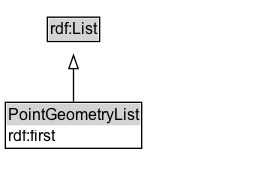
Before: docs/diagrams/PointGeometryList.dot.png, a diagram exported from Graphviz (ISO-TC204/ontology-its-location-v1). Its source is kept beside it as docs/diagrams/PointGeometryList.dot.
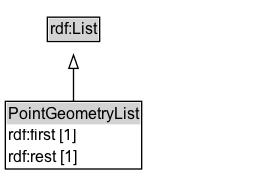
Later version of the same file.

The edit, as a diff of the source:
```diff
@@ -6,7 +6,7 @@
 		rank=source
 		rdf_List [label=<<TABLE BORDER="1" CELLBORDER="0" CELLSPACING="0" CELLPADDING="1"><TR><TD BGCOLOR="lightgray" ALIGN="CENTER">rdf:List</TD></TR></TABLE>> URL="https://w3id.org/citydata/imported/rdf/latest/List" margin=0]
 	}
-	PointGeometryList [label=<<TABLE BORDER="1" CELLBORDER="0" CELLSPACING="0" CELLPADDING="1"><TR><TD BGCOLOR="lightgray" ALIGN="CENTER">PointGeometryList</TD></TR><TR><TD ALIGN="LEFT">rdf:first</TD></TR></TABLE>> URL="../PointGeometryList" margin=0]
+	PointGeometryList [label=<<TABLE BORDER="1" CELLBORDER="0" CELLSPACING="0" CELLPADDING="1"><TR><TD BGCOLOR="lightgray" ALIGN="CENTER">PointGeometryList</TD></TR><TR><TD ALIGN="LEFT">rdf:first [1]</TD></TR><TR><TD ALIGN="LEFT">rdf:rest [1]</TD></TR></TABLE>> URL="../PointGeometryList" margin=0]
 	{
 		rank=max
 	}
```
